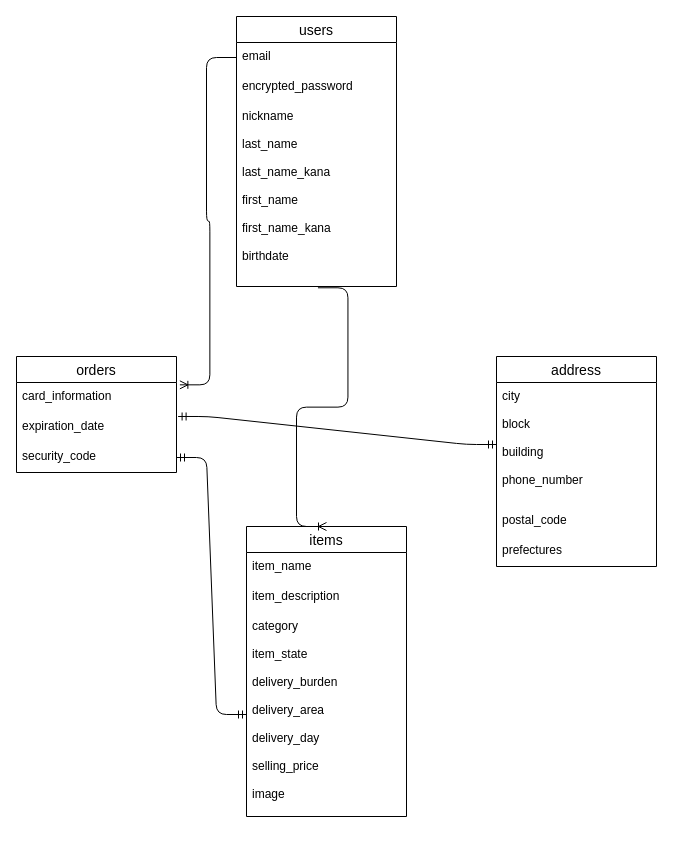
Before: ER .dio in nakajima-2019/furima-36090, a draw.io diagram. Source tidied: cells renumbered, new cells numbered last; positions are measured from the earlier drawing's top-left corner, leaving out a move shared by most shapes. Both pictures are drawn from the tidied source at 100%, with x=0, y=0 at pixel (16, 16).
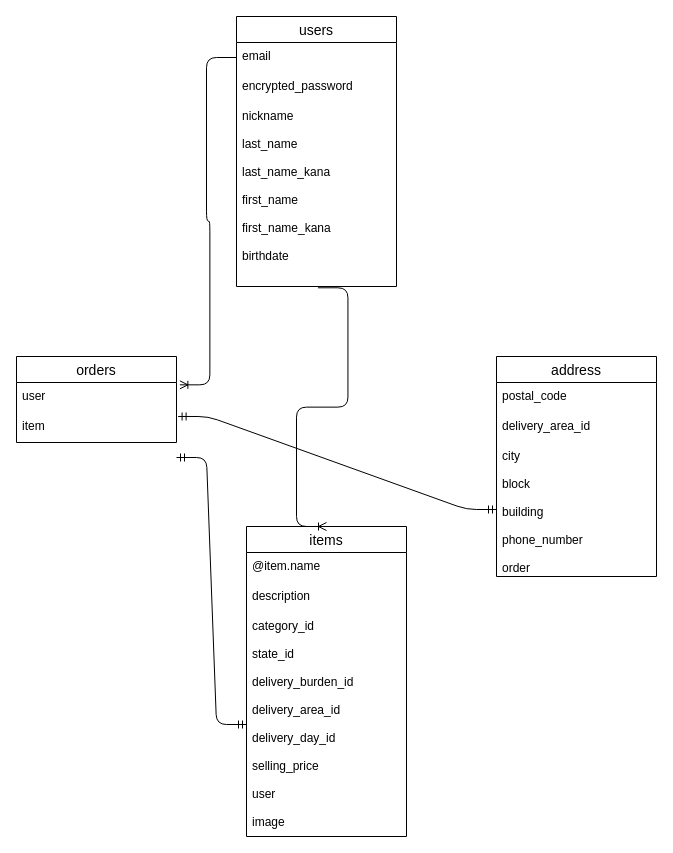
The same page after the edit.

Commit message (it also covers changes not shown here):
データベース設計４

Change to the diagram source:
```diff
@@
     <mxCell id="6" value="items" style="swimlane;fontStyle=0;horizontal=1;startSize=26;align=center;fontSize=14;" parent="1" vertex="1">
-      <mxGeometry x="230" y="510" width="160" height="290" as="geometry" />
+      <mxGeometry x="230" y="510" width="160" height="310" as="geometry" />
     </mxCell>
-    <mxCell id="7" value="item_name" style="text;strokeColor=none;fillColor=none;spacingLeft=4;spacingRight=4;overflow=hidden;fontSize=12;" parent="6" vertex="1">
+    <mxCell id="7" value="@item.name" style="text;strokeColor=none;fillColor=none;spacingLeft=4;spacingRight=4;overflow=hidden;fontSize=12;" parent="6" vertex="1">
       <mxGeometry y="26" width="160" height="30" as="geometry" />
     </mxCell>
-    <mxCell id="8" value="item_description" style="text;strokeColor=none;fillColor=none;spacingLeft=4;spacingRight=4;overflow=hidden;fontSize=12;" parent="6" vertex="1">
+    <mxCell id="8" value="description" style="text;strokeColor=none;fillColor=none;spacingLeft=4;spacingRight=4;overflow=hidden;fontSize=12;" parent="6" vertex="1">
       <mxGeometry y="56" width="160" height="30" as="geometry" />
     </mxCell>
-    <mxCell id="9" value="category&#10;&#10;item_state&#10;&#10;delivery_burden&#10;&#10;delivery_area&#10;&#10;delivery_day&#10;&#10;selling_price&#10;&#10;image" style="text;strokeColor=none;fillColor=none;spacingLeft=4;spacingRight=4;overflow=hidden;points=[[0,0.5],[1,0.5]];portConstraint=eastwest;fontSize=12;" parent="6" vertex="1">
-      <mxGeometry y="86" width="160" height="204" as="geometry" />
+    <mxCell id="9" value="category_id&#10;&#10;state_id&#10;&#10;delivery_burden_id&#10;&#10;delivery_area_id&#10;&#10;delivery_day_id&#10;&#10;selling_price&#10;&#10;user&#10;&#10;image" style="text;strokeColor=none;fillColor=none;spacingLeft=4;spacingRight=4;overflow=hidden;points=[[0,0.5],[1,0.5]];portConstraint=eastwest;fontSize=12;" parent="6" vertex="1">
+      <mxGeometry y="86" width="160" height="224" as="geometry" />
     </mxCell>
     <mxCell id="10" value="orders" style="swimlane;fontStyle=0;horizontal=1;startSize=26;align=center;fontSize=14;" parent="1" vertex="1">
-      <mxGeometry y="340" width="160" height="116" as="geometry" />
+      <mxGeometry y="340" width="160" height="86" as="geometry" />
     </mxCell>
-    <mxCell id="11" value="card_information" style="text;strokeColor=none;fillColor=none;spacingLeft=4;spacingRight=4;overflow=hidden;points=[[0,0.5],[1,0.5]];portConstraint=eastwest;fontSize=12;" parent="10" vertex="1">
+    <mxCell id="11" value="user" style="text;strokeColor=none;fillColor=none;spacingLeft=4;spacingRight=4;overflow=hidden;points=[[0,0.5],[1,0.5]];portConstraint=eastwest;fontSize=12;" parent="10" vertex="1">
       <mxGeometry y="26" width="160" height="30" as="geometry" />
     </mxCell>
-    <mxCell id="12" value="expiration_date" style="text;strokeColor=none;fillColor=none;spacingLeft=4;spacingRight=4;overflow=hidden;points=[[0,0.5],[1,0.5]];portConstraint=eastwest;fontSize=12;" parent="10" vertex="1">
+    <mxCell id="12" value="item" style="text;strokeColor=none;fillColor=none;spacingLeft=4;spacingRight=4;overflow=hidden;points=[[0,0.5],[1,0.5]];portConstraint=eastwest;fontSize=12;" parent="10" vertex="1">
       <mxGeometry y="56" width="160" height="30" as="geometry" />
     </mxCell>
-    <mxCell id="13" value="security_code" style="text;strokeColor=none;fillColor=none;spacingLeft=4;spacingRight=4;overflow=hidden;points=[[0,0.5],[1,0.5]];portConstraint=eastwest;fontSize=12;" parent="10" vertex="1">
-      <mxGeometry y="86" width="160" height="30" as="geometry" />
-    </mxCell>
     <mxCell id="14" value="address" style="swimlane;fontStyle=0;horizontal=1;startSize=26;align=center;fontSize=14;" parent="1" vertex="1">
-      <mxGeometry x="480" y="340" width="160" height="210" as="geometry" />
+      <mxGeometry x="480" y="340" width="160" height="220" as="geometry" />
     </mxCell>
-    <mxCell id="15" value="city&#10;&#10;block&#10;&#10;building&#10;&#10;phone_number&#10;" style="text;strokeColor=none;fillColor=none;spacingLeft=4;spacingRight=4;overflow=hidden;points=[[0,0.5],[1,0.5]];portConstraint=eastwest;fontSize=12;" parent="14" vertex="1">
-      <mxGeometry y="26" width="160" height="124" as="geometry" />
-    </mxCell>
     <mxCell id="16" value="postal_code" style="text;strokeColor=none;fillColor=none;spacingLeft=4;spacingRight=4;overflow=hidden;fontSize=12;" parent="14" vertex="1">
-      <mxGeometry y="150" width="160" height="30" as="geometry" />
+      <mxGeometry y="26" width="160" height="30" as="geometry" />
     </mxCell>
-    <mxCell id="17" value="prefectures" style="text;strokeColor=none;fillColor=none;spacingLeft=4;spacingRight=4;overflow=hidden;fontSize=12;" parent="14" vertex="1">
-      <mxGeometry y="180" width="160" height="30" as="geometry" />
+    <mxCell id="17" value="delivery_area_id" style="text;strokeColor=none;fillColor=none;spacingLeft=4;spacingRight=4;overflow=hidden;fontSize=12;" parent="14" vertex="1">
+      <mxGeometry y="56" width="160" height="30" as="geometry" />
     </mxCell>
+    <mxCell id="15" value="city&#10;&#10;block&#10;&#10;building&#10;&#10;phone_number&#10;&#10;order" style="text;strokeColor=none;fillColor=none;spacingLeft=4;spacingRight=4;overflow=hidden;points=[[0,0.5],[1,0.5]];portConstraint=eastwest;fontSize=12;" parent="14" vertex="1">
+      <mxGeometry y="86" width="160" height="134" as="geometry" />
+    </mxCell>
@@
-    <mxCell id="21" style="edgeStyle=entityRelationEdgeStyle;fontSize=12;html=1;endArrow=ERmandOne;startArrow=ERmandOne;entryX=0;entryY=0.5;entryDx=0;entryDy=0;exitX=1;exitY=0.5;exitDx=0;exitDy=0;" parent="1" edge="1" source="13" target="9">
-      <mxGeometry relative="1" as="geometry" />
+    <mxCell id="21" style="edgeStyle=entityRelationEdgeStyle;fontSize=12;html=1;endArrow=ERmandOne;startArrow=ERmandOne;entryX=0;entryY=0.5;entryDx=0;entryDy=0;exitX=1;exitY=0.5;exitDx=0;exitDy=0;" parent="1" edge="1" target="9">
+      <mxGeometry relative="1" as="geometry">
+        <mxPoint x="160" y="441" as="sourcePoint" />
+      </mxGeometry>
     </mxCell>
```
